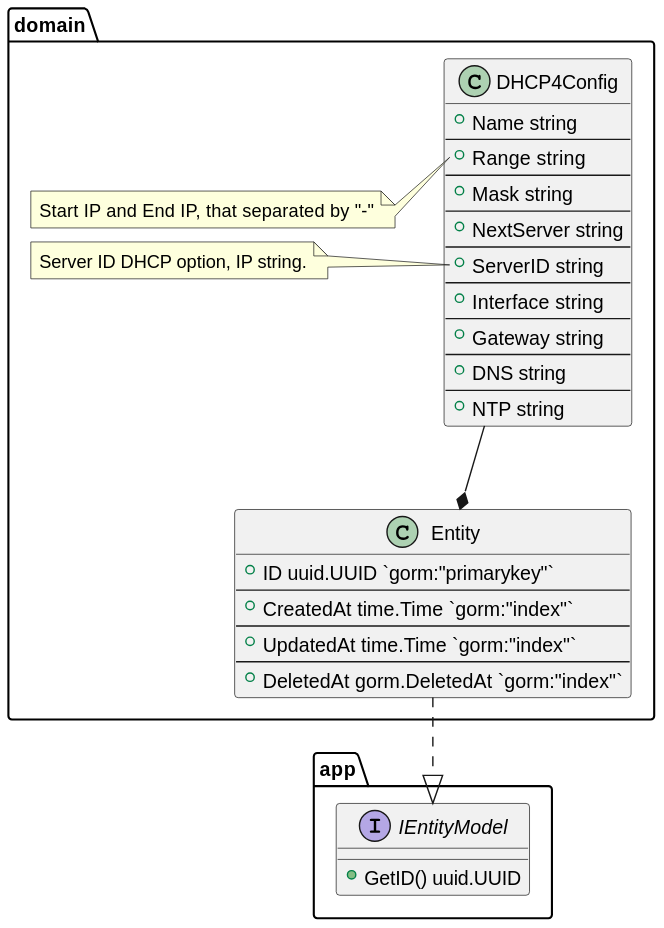
Before: docs/plantuml/entities/DHCP4Config.svg, a diagram exported from PlantUML (lf-edge/rol). The source it was exported from:
```plantuml
@startuml

!include Entity.puml

package domain {
    class DHCP4Config {
        +Name string
        --
        +Range string
        --
        +Mask string
        --
        +NextServer string
        --
        +ServerID string
        --
        +Interface string
        --
        +Gateway string
        --
        +DNS string
        --
        +NTP string
    }
    DHCP4Config -down-* Entity

    note left of DHCP4Config::Range
    Start IP and End IP, that separated by "-"
    end note

    note left of DHCP4Config::ServerID
    Server ID DHCP option, IP string.
    end note
}

@enduml
```
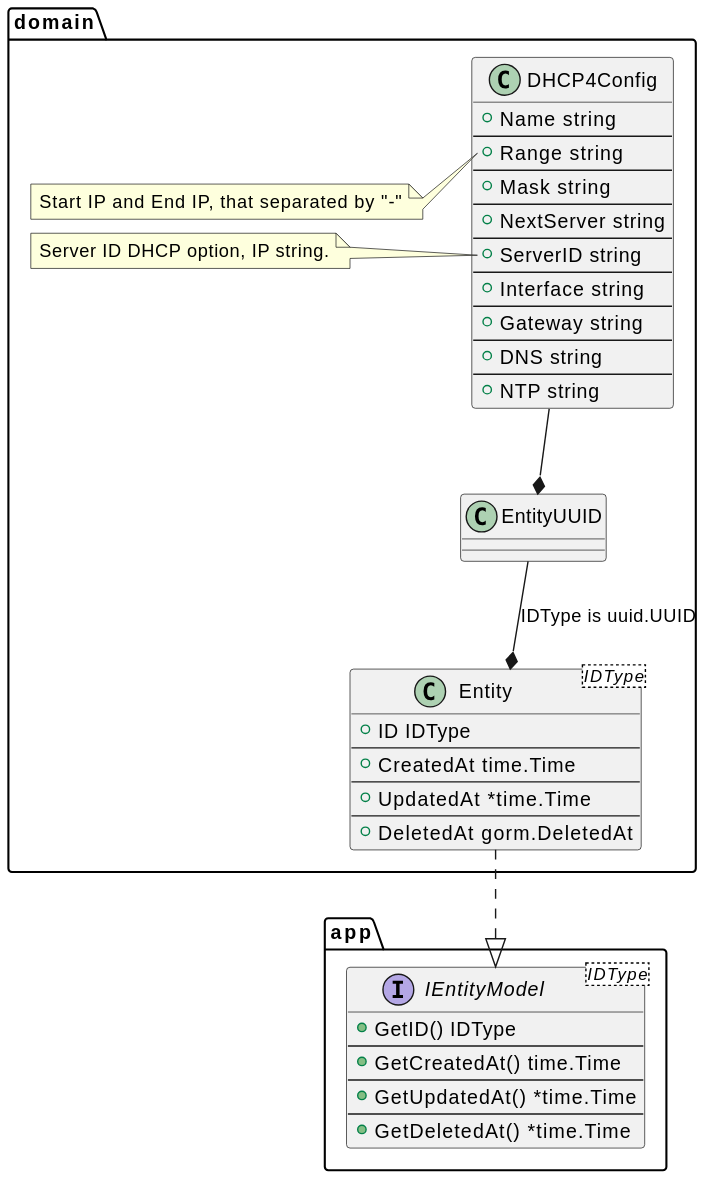
Later version of the same file.

The edit, as a diff of the source:
```diff
@@ -22,7 +22,7 @@
         --
         +NTP string
     }
-    DHCP4Config -down-* Entity
+    DHCP4Config -down-* EntityUUID
 
     note left of DHCP4Config::Range
     Start IP and End IP, that separated by "-"
```
